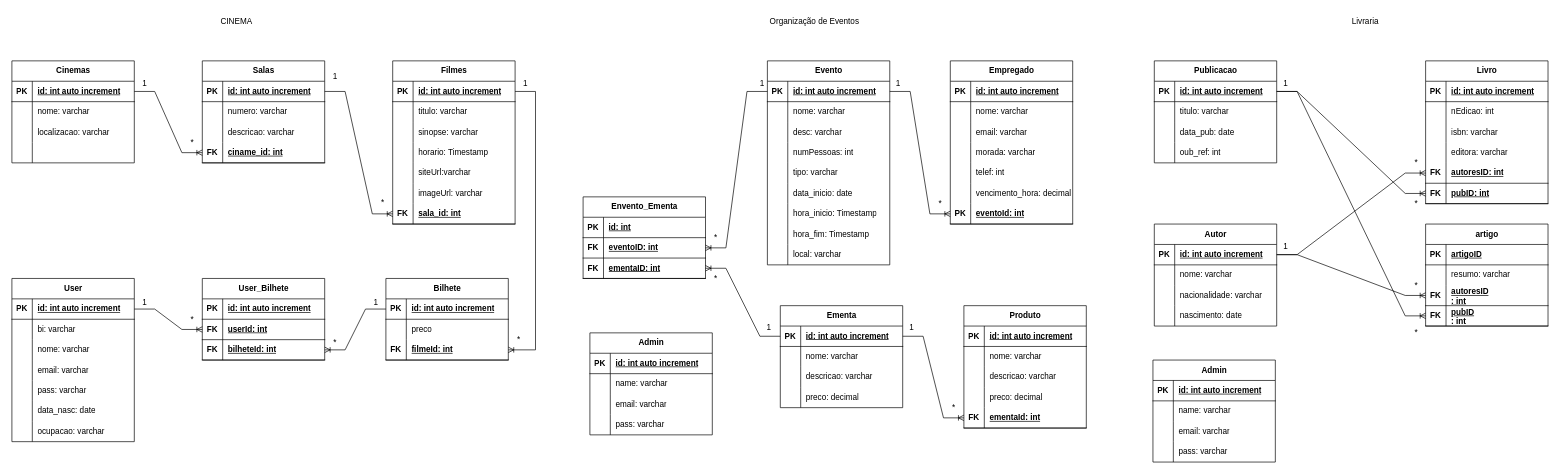
Before: Olivia-Gemima-Jorge.drawio in toydala99/DevariaBD, a draw.io diagram. Source tidied: cells renumbered, new cells numbered last; positions are measured from the earlier drawing's top-left corner, leaving out a move shared by most shapes. Both pictures are drawn from the tidied source at 68%, with x=0, y=0 at pixel (12, 12).
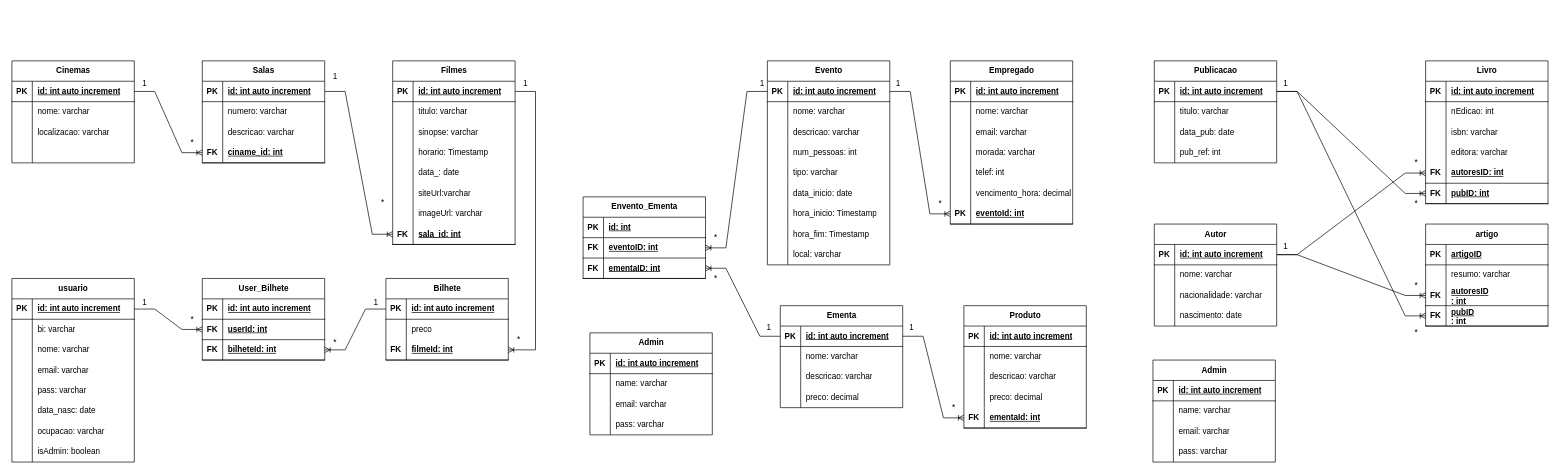
Above is the later version.

The change refers to these unchanged cells:
```xml
<mxCell id="113" style="shape=tableRow;horizontal=0;startSize=0;swimlaneHead=0;swimlaneBody=0;fillColor=none;top=0;left=0;right=0;bottom=0;" parent="106" vertex="1">
  <mxGeometry y="90" width="180" height="30" as="geometry" />
</mxCell>
<mxCell id="116" style="shape=tableRow;horizontal=0;startSize=0;swimlaneHead=0;swimlaneBody=0;fillColor=none;top=0;left=0;right=0;bottom=0;" parent="106" vertex="1">
  <mxGeometry y="120" width="180" height="30" as="geometry" />
</mxCell>
<mxCell id="196" style="shape=tableRow;horizontal=0;startSize=0;swimlaneHead=0;swimlaneBody=0;fillColor=none;top=0;left=0;right=0;bottom=0;" parent="186" vertex="1">
  <mxGeometry y="120" width="180" height="30" as="geometry" />
</mxCell>
```

Change to the diagram source:
```diff
@@
-    <mxCell id="28" value="User" style="shape=table;startSize=30;childLayout=tableLayout;rowLines=0;fontStyle=1;align=center;html=1;" parent="1" vertex="1">
-      <mxGeometry y="392" width="180" height="240" as="geometry" />
+    <mxCell id="28" value="usuario" style="shape=table;startSize=30;childLayout=tableLayout;rowLines=0;fontStyle=1;align=center;html=1;" parent="1" vertex="1">
+      <mxGeometry y="392" width="180" height="270" as="geometry" />
     </mxCell>
@@
+    <mxCell id="305" style="shape=tableRow;horizontal=0;startSize=0;swimlaneHead=0;swimlaneBody=0;fillColor=none;top=0;left=0;right=0;bottom=0;" parent="28" vertex="1">
+      <mxGeometry y="240" width="180" height="30" as="geometry" />
+    </mxCell>
+    <mxCell id="306" style="shape=partialRectangle;fillColor=none;top=0;left=0;bottom=0;right=0;overflow=hidden;whiteSpace=wrap;html=1;" parent="305" vertex="1">
+      <mxGeometry width="30" height="30" as="geometry" />
+    </mxCell>
+    <mxCell id="307" value="isAdmin: boolean" style="shape=partialRectangle;fillColor=none;top=0;left=0;bottom=0;right=0;align=left;spacingLeft=6;overflow=hidden;whiteSpace=wrap;html=1;" parent="305" vertex="1">
+      <mxGeometry x="30" width="150" height="30" as="geometry" />
+    </mxCell>
@@
     <mxCell id="60" value="Filmes" style="shape=table;startSize=30;childLayout=tableLayout;rowLines=0;fontStyle=1;align=center;html=1;" parent="1" vertex="1">
-      <mxGeometry x="560" y="72" width="180" height="240" as="geometry" />
+      <mxGeometry x="560" y="72" width="180" height="270" as="geometry" />
     </mxCell>
@@
+    <mxCell id="308" style="shape=tableRow;horizontal=0;startSize=0;swimlaneHead=0;swimlaneBody=0;fillColor=none;top=0;left=0;right=0;bottom=0;" parent="60" vertex="1">
+      <mxGeometry y="150" width="180" height="30" as="geometry" />
+    </mxCell>
+    <mxCell id="309" style="shape=partialRectangle;fillColor=none;top=0;left=0;bottom=0;right=0;overflow=hidden;whiteSpace=wrap;html=1;" parent="308" vertex="1">
+      <mxGeometry width="30" height="30" as="geometry" />
+    </mxCell>
+    <mxCell id="310" value="data_: date" style="shape=partialRectangle;fillColor=none;top=0;left=0;bottom=0;right=0;align=left;spacingLeft=6;overflow=hidden;whiteSpace=wrap;html=1;" parent="308" vertex="1">
+      <mxGeometry x="30" width="150" height="30" as="geometry" />
+    </mxCell>
     <mxCell id="73" style="shape=tableRow;horizontal=0;startSize=0;swimlaneHead=0;swimlaneBody=0;fillColor=none;top=0;left=0;right=0;bottom=0;" parent="60" vertex="1">
-      <mxGeometry y="150" width="180" height="30" as="geometry" />
+      <mxGeometry y="180" width="180" height="30" as="geometry" />
     </mxCell>
@@
     <mxCell id="76" style="shape=tableRow;horizontal=0;startSize=0;swimlaneHead=0;swimlaneBody=0;fillColor=none;top=0;left=0;right=0;bottom=0;" parent="60" vertex="1">
-      <mxGeometry y="180" width="180" height="30" as="geometry" />
+      <mxGeometry y="210" width="180" height="30" as="geometry" />
     </mxCell>
@@
     <mxCell id="79" style="shape=tableRow;horizontal=0;startSize=0;swimlaneHead=0;swimlaneBody=0;fillColor=none;points=[[0,0.5],[1,0.5]];portConstraint=eastwest;top=0;left=0;right=0;bottom=1;" parent="60" vertex="1">
-      <mxGeometry y="210" width="180" height="30" as="geometry" />
+      <mxGeometry y="240" width="180" height="30" as="geometry" />
     </mxCell>
@@
-    <mxCell id="105" value="CINEMA" style="text;html=1;align=center;verticalAlign=middle;strokeColor=none;fillColor=none;" parent="1" vertex="1">
-      <mxGeometry x="295" width="70" height="30" as="geometry" />
-    </mxCell>
@@
-    <mxCell id="115" value="desc: varchar" style="shape=partialRectangle;fillColor=none;top=0;left=0;bottom=0;right=0;align=left;spacingLeft=6;overflow=hidden;whiteSpace=wrap;html=1;" parent="113" vertex="1">
+    <mxCell id="115" value="descricao: varchar" style="shape=partialRectangle;fillColor=none;top=0;left=0;bottom=0;right=0;align=left;spacingLeft=6;overflow=hidden;whiteSpace=wrap;html=1;" parent="113" vertex="1">
       <mxGeometry x="30" width="150" height="30" as="geometry" />
     </mxCell>
@@
-    <mxCell id="118" value="numPessoas: int" style="shape=partialRectangle;fillColor=none;top=0;left=0;bottom=0;right=0;align=left;spacingLeft=6;overflow=hidden;whiteSpace=wrap;html=1;" parent="116" vertex="1">
+    <mxCell id="118" value="num_pessoas: int" style="shape=partialRectangle;fillColor=none;top=0;left=0;bottom=0;right=0;align=left;spacingLeft=6;overflow=hidden;whiteSpace=wrap;html=1;" parent="116" vertex="1">
       <mxGeometry x="30" width="150" height="30" as="geometry" />
     </mxCell>
@@
-    <mxCell id="134" value="Organização de Eventos" style="text;html=1;align=center;verticalAlign=middle;strokeColor=none;fillColor=none;" parent="1" vertex="1">
-      <mxGeometry x="1100" width="160" height="30" as="geometry" />
-    </mxCell>
@@
-    <mxCell id="198" value="oub_ref: int" style="shape=partialRectangle;fillColor=none;top=0;left=0;bottom=0;right=0;align=left;spacingLeft=6;overflow=hidden;whiteSpace=wrap;html=1;" parent="196" vertex="1">
+    <mxCell id="198" value="pub_ref: int" style="shape=partialRectangle;fillColor=none;top=0;left=0;bottom=0;right=0;align=left;spacingLeft=6;overflow=hidden;whiteSpace=wrap;html=1;" parent="196" vertex="1">
       <mxGeometry x="30" width="150" height="30" as="geometry" />
     </mxCell>
-    <mxCell id="199" value="Livraria" style="text;html=1;align=center;verticalAlign=middle;strokeColor=none;fillColor=none;" parent="1" vertex="1">
-      <mxGeometry x="1960" width="60" height="30" as="geometry" />
-    </mxCell>
```
